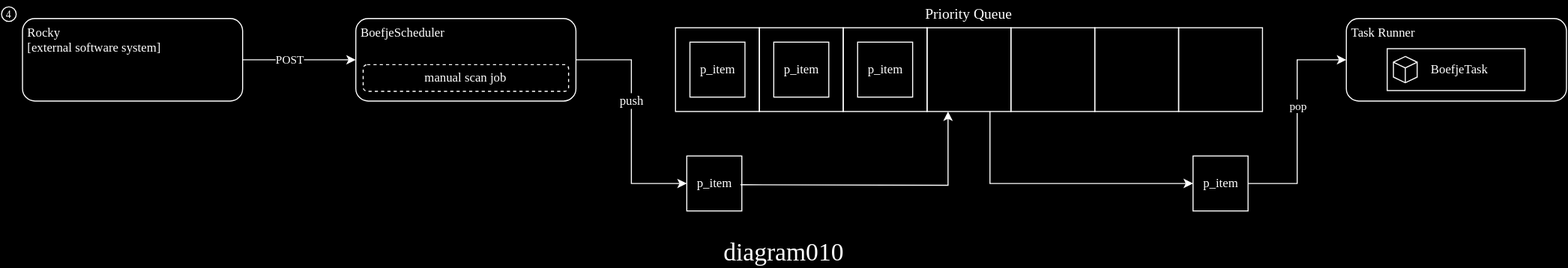
Before: mula/docs/img/diagram010.svg, a diagram exported from draw.io (minvws/nl-kat-coordination). Source tidied: cells renumbered, new cells last; positions are measured from the earlier drawing's top-left corner, leaving out a move shared by most shapes.
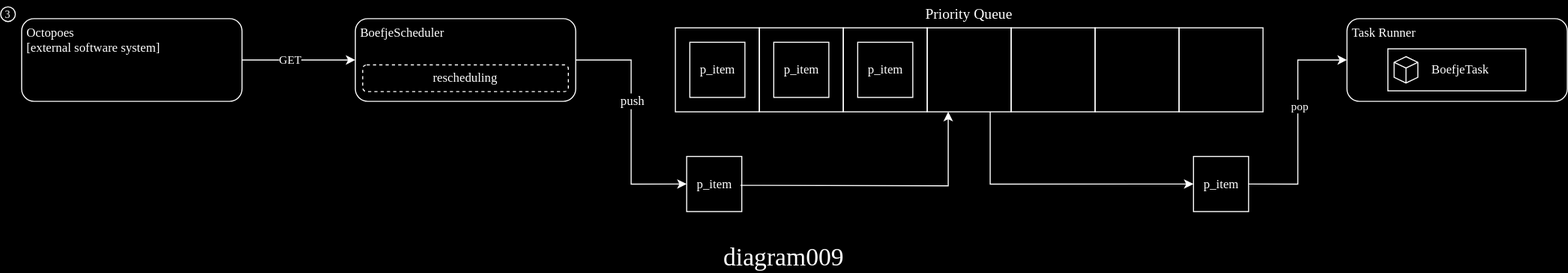
The same file after the commit.

Change to the diagram source:
```diff
@@ -2,11 +2,11 @@
   <root>
     <mxCell id="0" />
     <mxCell id="1" parent="0" />
-    <mxCell id="2" value="&lt;font face=&quot;Hack&quot; style=&quot;font-size: 24px;&quot;&gt;diagram010&lt;br&gt;&lt;/font&gt;" style="text;html=1;strokeColor=none;fillColor=none;align=center;verticalAlign=middle;whiteSpace=wrap;rounded=0;fontSize=24;" parent="1" vertex="1">
-      <mxGeometry x="655.9" y="226" width="181.3" height="30" as="geometry" />
+    <mxCell id="2" value="&lt;font face=&quot;Hack&quot; style=&quot;font-size: 24px;&quot;&gt;diagram009&lt;br&gt;&lt;/font&gt;" style="text;html=1;strokeColor=none;fillColor=none;align=center;verticalAlign=middle;whiteSpace=wrap;rounded=0;fontSize=24;" parent="1" vertex="1">
+      <mxGeometry x="660.9" y="-239" width="181.3" height="30" as="geometry" />
     </mxCell>
     <mxCell id="3" style="group;" parent="1" vertex="1">
-      <mxGeometry width="1493" height="201" as="geometry" />
+      <mxGeometry x="5" y="-469" width="1493" height="201" as="geometry" />
     </mxCell>
     <mxCell id="4" style="edgeStyle=orthogonalEdgeStyle;rounded=0;jettySize=auto;html=1;exitX=1;exitY=0.5;exitDx=0;exitDy=0;entryX=0.25;entryY=1;entryDx=0;entryDy=0;" parent="3" edge="1" target="17">
       <mxGeometry relative="1" as="geometry">
@@ -88,19 +88,19 @@
     <mxCell id="29" value="&amp;nbsp;BoefjeScheduler" style="rounded=1;align=left;verticalAlign=top;labelBackgroundColor=none;whiteSpace=wrap;html=1;labelBorderColor=none;fillStyle=auto;fillColor=none;fontFamily=Hack;fontSource=https%3A%2F%2Ffonts.googleapis.com%2Fcss%3Ffamily%3DHack;" parent="3" vertex="1">
       <mxGeometry x="338" y="17.2" width="210" height="78.8" as="geometry" />
     </mxCell>
-    <mxCell id="30" value="manual scan job" style="rounded=1;whiteSpace=wrap;html=1;fillColor=none;dashed=1;fontFamily=Hack;fontSource=https%3A%2F%2Ffonts.googleapis.com%2Fcss%3Ffamily%3DHack;" parent="3" vertex="1">
+    <mxCell id="30" value="rescheduling" style="rounded=1;whiteSpace=wrap;html=1;fillColor=none;dashed=1;fontFamily=Hack;fontSource=https%3A%2F%2Ffonts.googleapis.com%2Fcss%3Ffamily%3DHack;" parent="3" vertex="1">
       <mxGeometry x="345" y="61.2" width="196" height="25.5" as="geometry" />
     </mxCell>
     <mxCell id="31" style="edgeStyle=orthogonalEdgeStyle;rounded=0;jettySize=auto;html=1;exitX=1;exitY=0.5;exitDx=0;exitDy=0;entryX=0;entryY=0.5;entryDx=0;entryDy=0;" parent="3" edge="1" source="33" target="29">
       <mxGeometry relative="1" as="geometry" />
     </mxCell>
-    <mxCell id="32" value="&lt;font face=&quot;Hack&quot;&gt;POST&lt;br&gt;&lt;/font&gt;" style="edgeLabel;html=1;align=center;verticalAlign=middle;" parent="31" vertex="1">
+    <mxCell id="32" value="&lt;font face=&quot;Hack&quot;&gt;GET&lt;/font&gt;" style="edgeLabel;html=1;align=center;verticalAlign=middle;" parent="31" vertex="1">
       <mxGeometry x="-0.17" relative="1" as="geometry" />
     </mxCell>
-    <mxCell id="33" value="&lt;font face=&quot;Hack&quot;&gt;&amp;nbsp;Rocky&lt;br&gt;&amp;nbsp;[external software system]&lt;br&gt;&lt;/font&gt;" style="rounded=1;whiteSpace=wrap;html=1;align=left;verticalAlign=top;fillColor=none;" parent="3" vertex="1">
+    <mxCell id="33" value="&lt;font face=&quot;Hack&quot;&gt;&amp;nbsp;Octopoes&lt;br&gt;&amp;nbsp;[external software system]&lt;br&gt;&lt;/font&gt;" style="rounded=1;whiteSpace=wrap;html=1;align=left;verticalAlign=top;fillColor=none;" parent="3" vertex="1">
       <mxGeometry x="20" y="17.2" width="210" height="78.8" as="geometry" />
     </mxCell>
-    <mxCell id="34" value="&lt;font face=&quot;Hack&quot; style=&quot;font-size: 10px;&quot;&gt;4&lt;/font&gt;" style="ellipse;whiteSpace=wrap;html=1;fillColor=none;" parent="3" vertex="1">
+    <mxCell id="34" value="&lt;font face=&quot;Hack&quot; style=&quot;font-size: 10px;&quot;&gt;3&lt;/font&gt;" style="ellipse;whiteSpace=wrap;html=1;fillColor=none;" parent="3" vertex="1">
       <mxGeometry y="6" width="14" height="14" as="geometry" />
     </mxCell>
   </root>
```
